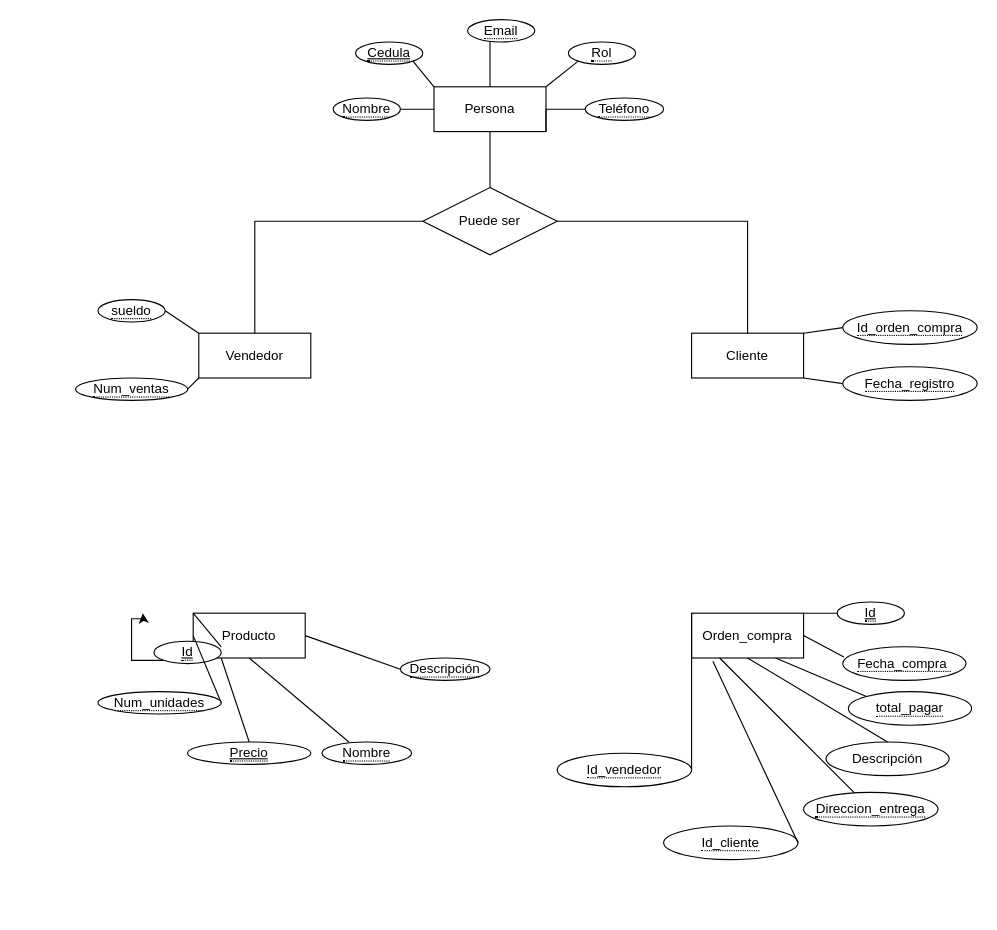
The draw.io diagram Diagrama sin título.drawio in leonyudithk/Bakery-Shop, before the edit. Source tidied: cells renumbered, new cells numbered last; positions are measured from the earlier drawing's top-left corner, leaving out a move shared by most shapes. Both pictures are drawn from the tidied source at 112%, with x=0, y=0 at pixel (75, 19).
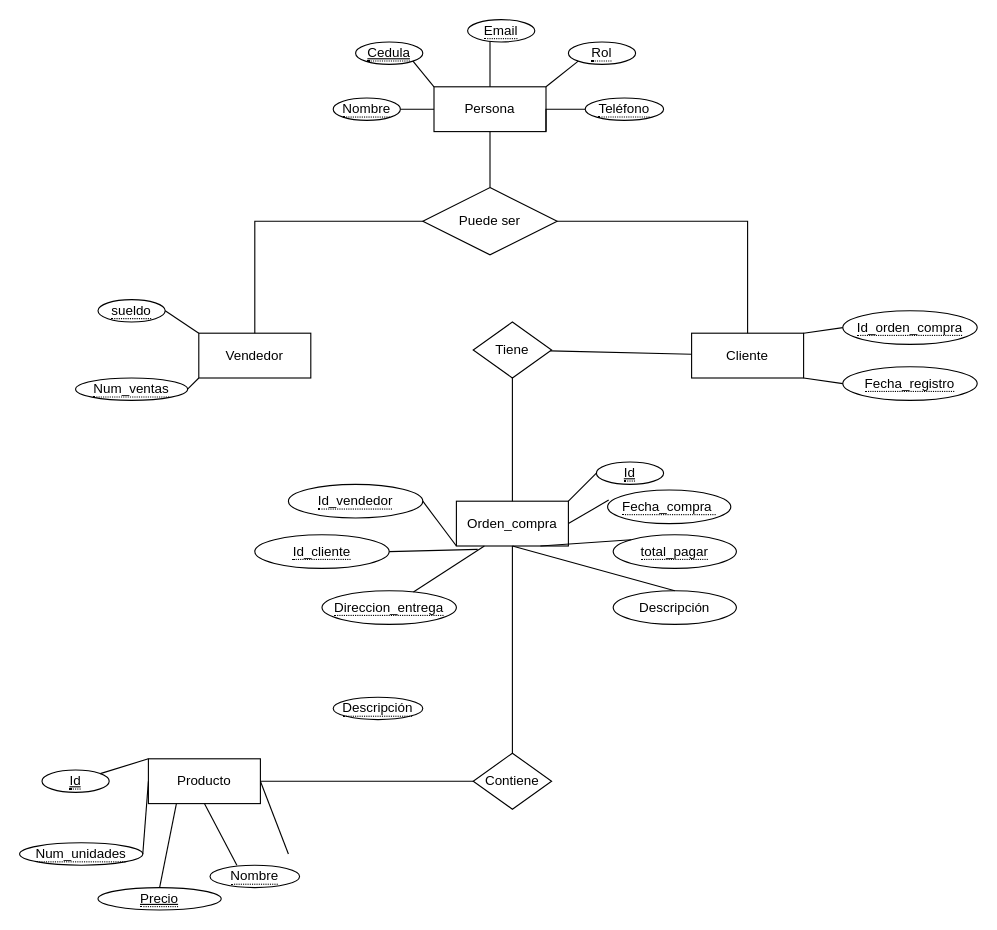
After the change.

The change refers to these unchanged cells:
```xml
<mxCell id="7" value="Cliente" style="whiteSpace=wrap;html=1;align=center;" parent="1" vertex="1">
  <mxGeometry x="550" y="280" width="100" height="40" as="geometry" />
</mxCell>
```

What changed in the source:
```diff
@@
     <mxCell id="4" value="Producto" style="whiteSpace=wrap;html=1;align=center;" parent="1" vertex="1">
-      <mxGeometry x="105" y="530" width="100" height="40" as="geometry" />
+      <mxGeometry x="65" y="660" width="100" height="40" as="geometry" />
     </mxCell>
     <mxCell id="5" value="Orden_compra" style="whiteSpace=wrap;html=1;align=center;" parent="1" vertex="1">
-      <mxGeometry x="550" y="530" width="100" height="40" as="geometry" />
+      <mxGeometry x="340" y="430" width="100" height="40" as="geometry" />
     </mxCell>
@@
+    <mxCell id="54" value="Contiene" style="rhombus;whiteSpace=wrap;html=1;" parent="1" vertex="1">
+      <mxGeometry x="355" y="655" width="70" height="50" as="geometry" />
+    </mxCell>
+    <mxCell id="55" value="Tiene" style="rhombus;whiteSpace=wrap;html=1;" parent="1" vertex="1">
+      <mxGeometry x="355" y="270" width="70" height="50" as="geometry" />
+    </mxCell>
@@
     <mxCell id="20" value="&lt;span style=&quot;border-bottom: 1px dotted&quot;&gt;&lt;u&gt;Id&lt;/u&gt;&lt;/span&gt;" style="ellipse;whiteSpace=wrap;html=1;align=center;rotation=0;" parent="1" vertex="1">
-      <mxGeometry x="680" y="520" width="60" height="20" as="geometry" />
+      <mxGeometry x="465" y="395" width="60" height="20" as="geometry" />
     </mxCell>
     <mxCell id="21" value="&lt;span style=&quot;border-bottom: 1px dotted&quot;&gt;Fecha_compra&amp;nbsp;&lt;/span&gt;" style="ellipse;whiteSpace=wrap;html=1;align=center;rotation=0;" parent="1" vertex="1">
-      <mxGeometry x="685" y="560" width="110" height="30" as="geometry" />
+      <mxGeometry x="475" y="420" width="110" height="30" as="geometry" />
     </mxCell>
     <mxCell id="22" value="&lt;span style=&quot;border-bottom: 1px dotted&quot;&gt;total_pagar&lt;/span&gt;" style="ellipse;whiteSpace=wrap;html=1;align=center;rotation=0;" parent="1" vertex="1">
-      <mxGeometry x="690" y="600" width="110" height="30" as="geometry" />
+      <mxGeometry x="480" y="460" width="110" height="30" as="geometry" />
     </mxCell>
     <mxCell id="23" value="Descripción" style="ellipse;whiteSpace=wrap;html=1;align=center;rotation=0;" parent="1" vertex="1">
-      <mxGeometry x="670" y="645" width="110" height="30" as="geometry" />
+      <mxGeometry x="480" y="510" width="110" height="30" as="geometry" />
     </mxCell>
     <mxCell id="24" value="&lt;span style=&quot;border-bottom: 1px dotted&quot;&gt;Id_cliente&lt;/span&gt;" style="ellipse;whiteSpace=wrap;html=1;align=center;rotation=0;" parent="1" vertex="1">
-      <mxGeometry x="525" y="720" width="120" height="30" as="geometry" />
+      <mxGeometry x="160" y="460" width="120" height="30" as="geometry" />
     </mxCell>
     <mxCell id="25" value="&lt;span style=&quot;border-bottom: 1px dotted&quot;&gt;Id_vendedor&lt;/span&gt;" style="ellipse;whiteSpace=wrap;html=1;align=center;rotation=0;" parent="1" vertex="1">
-      <mxGeometry x="430" y="655" width="120" height="30" as="geometry" />
+      <mxGeometry x="190" y="415" width="120" height="30" as="geometry" />
     </mxCell>
-    <mxCell id="26" style="edgeStyle=orthogonalEdgeStyle;rounded=0;jettySize=auto;html=1;exitX=0;exitY=1;exitDx=0;exitDy=0;" parent="1" edge="1" source="27">
-      <mxGeometry relative="1" as="geometry">
-        <mxPoint x="60" y="530" as="targetPoint" />
-      </mxGeometry>
-    </mxCell>
     <mxCell id="27" value="&lt;span style=&quot;border-bottom: 1px dotted&quot;&gt;&lt;u&gt;Id&lt;/u&gt;&lt;/span&gt;" style="ellipse;whiteSpace=wrap;html=1;align=center;rotation=0;" parent="1" vertex="1">
-      <mxGeometry x="70" y="555" width="60" height="20" as="geometry" />
+      <mxGeometry x="-30" y="670" width="60" height="20" as="geometry" />
     </mxCell>
     <mxCell id="28" value="&lt;span style=&quot;border-bottom: 1px dotted&quot;&gt;Num_unidades&lt;/span&gt;" style="ellipse;whiteSpace=wrap;html=1;align=center;rotation=0;" parent="1" vertex="1">
-      <mxGeometry x="20" y="600" width="110" height="20" as="geometry" />
+      <mxGeometry x="-50" y="735" width="110" height="20" as="geometry" />
     </mxCell>
     <mxCell id="29" value="&lt;span style=&quot;border-bottom: 1px dotted&quot;&gt;&lt;u&gt;Precio&lt;/u&gt;&lt;/span&gt;" style="ellipse;whiteSpace=wrap;html=1;align=center;rotation=0;" parent="1" vertex="1">
-      <mxGeometry x="100" y="645" width="110" height="20" as="geometry" />
+      <mxGeometry x="20" y="775" width="110" height="20" as="geometry" />
     </mxCell>
     <mxCell id="30" value="&lt;span style=&quot;border-bottom: 1px dotted&quot;&gt;Nombre&lt;/span&gt;" style="ellipse;whiteSpace=wrap;html=1;align=center;rotation=0;" parent="1" vertex="1">
-      <mxGeometry x="220" y="645" width="80" height="20" as="geometry" />
+      <mxGeometry x="120" y="755" width="80" height="20" as="geometry" />
     </mxCell>
     <mxCell id="31" value="&lt;span style=&quot;border-bottom: 1px dotted&quot;&gt;Descripción&lt;/span&gt;" style="ellipse;whiteSpace=wrap;html=1;align=center;rotation=0;" parent="1" vertex="1">
-      <mxGeometry x="290" y="570" width="80" height="20" as="geometry" />
+      <mxGeometry x="230" y="605" width="80" height="20" as="geometry" />
     </mxCell>
     <mxCell id="32" value="&lt;span style=&quot;border-bottom: 1px dotted&quot;&gt;Direccion_entrega&lt;/span&gt;" style="ellipse;whiteSpace=wrap;html=1;align=center;rotation=0;" parent="1" vertex="1">
-      <mxGeometry x="650" y="690" width="120" height="30" as="geometry" />
+      <mxGeometry x="220" y="510" width="120" height="30" as="geometry" />
     </mxCell>
-    <mxCell id="33" style="endArrow=none;html=1;rounded=0;exitX=1;exitY=0.5;exitDx=0;exitDy=0;entryX=0;entryY=0;entryDx=0;entryDy=0;" parent="1" edge="1" source="25" target="5">
+    <mxCell id="33" style="endArrow=none;html=1;rounded=0;exitX=1;exitY=0.5;exitDx=0;exitDy=0;entryX=0;entryY=1;entryDx=0;entryDy=0;" parent="1" edge="1" source="25" target="5">
       <mxGeometry relative="1" as="geometry" />
     </mxCell>
@@
-    <mxCell id="40" style="endArrow=none;html=1;rounded=0;entryX=0;entryY=0;entryDx=0;entryDy=0;" parent="1" edge="1" target="4">
-      <mxGeometry relative="1" as="geometry">
-        <mxPoint x="130" y="560" as="sourcePoint" />
-      </mxGeometry>
+    <mxCell id="40" style="endArrow=none;html=1;rounded=0;entryX=0;entryY=0;entryDx=0;entryDy=0;" parent="1" edge="1" source="27" target="4">
+      <mxGeometry relative="1" as="geometry" />
     </mxCell>
@@
-    <mxCell id="44" style="endArrow=none;html=1;rounded=0;exitX=1;exitY=0.5;exitDx=0;exitDy=0;entryX=0;entryY=0.5;entryDx=0;entryDy=0;" parent="1" edge="1" source="4" target="31">
-      <mxGeometry relative="1" as="geometry" />
+    <mxCell id="44" style="endArrow=none;html=1;rounded=0;exitX=1;exitY=0.5;exitDx=0;exitDy=0;entryX=0;entryY=0.5;entryDx=0;entryDy=0;" parent="1" edge="1" source="4">
+      <mxGeometry relative="1" as="geometry">
+        <mxPoint x="190" y="745" as="targetPoint" />
+      </mxGeometry>
     </mxCell>
@@
+    <mxCell id="56" style="endArrow=none;html=1;rounded=0;" parent="1" edge="1" source="55" target="7">
+      <mxGeometry relative="1" as="geometry" />
+    </mxCell>
+    <mxCell id="57" style="endArrow=none;html=1;rounded=0;exitX=0.5;exitY=0;exitDx=0;exitDy=0;" parent="1" edge="1" source="5" target="55">
+      <mxGeometry relative="1" as="geometry" />
+    </mxCell>
+    <mxCell id="58" style="endArrow=none;html=1;rounded=0;entryX=0;entryY=0.5;entryDx=0;entryDy=0;" parent="1" edge="1" source="4" target="54">
+      <mxGeometry relative="1" as="geometry" />
+    </mxCell>
@@
+    <mxCell id="59" style="endArrow=none;html=1;rounded=0;entryX=0.5;entryY=0;entryDx=0;entryDy=0;" parent="1" edge="1" source="5" target="54">
+      <mxGeometry relative="1" as="geometry" />
+    </mxCell>
```
